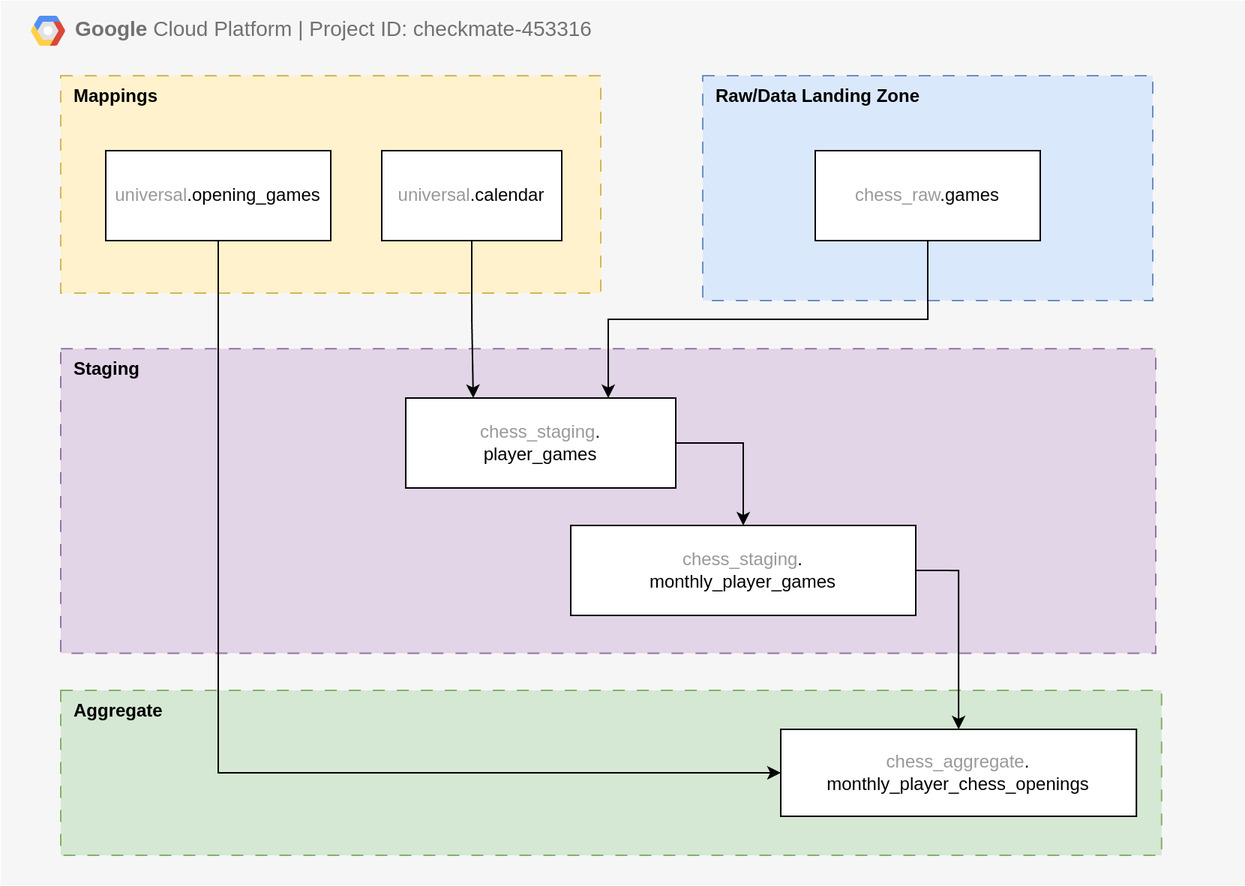
Filpill/chess_analysis keeps this draw.io diagram as diagrams/architecture/exports/sql_tables.png. Above is the earlier version. Source tidied: cells renumbered, new cells last; positions are measured from the earlier drawing's top-left corner, leaving out a move shared by most shapes.
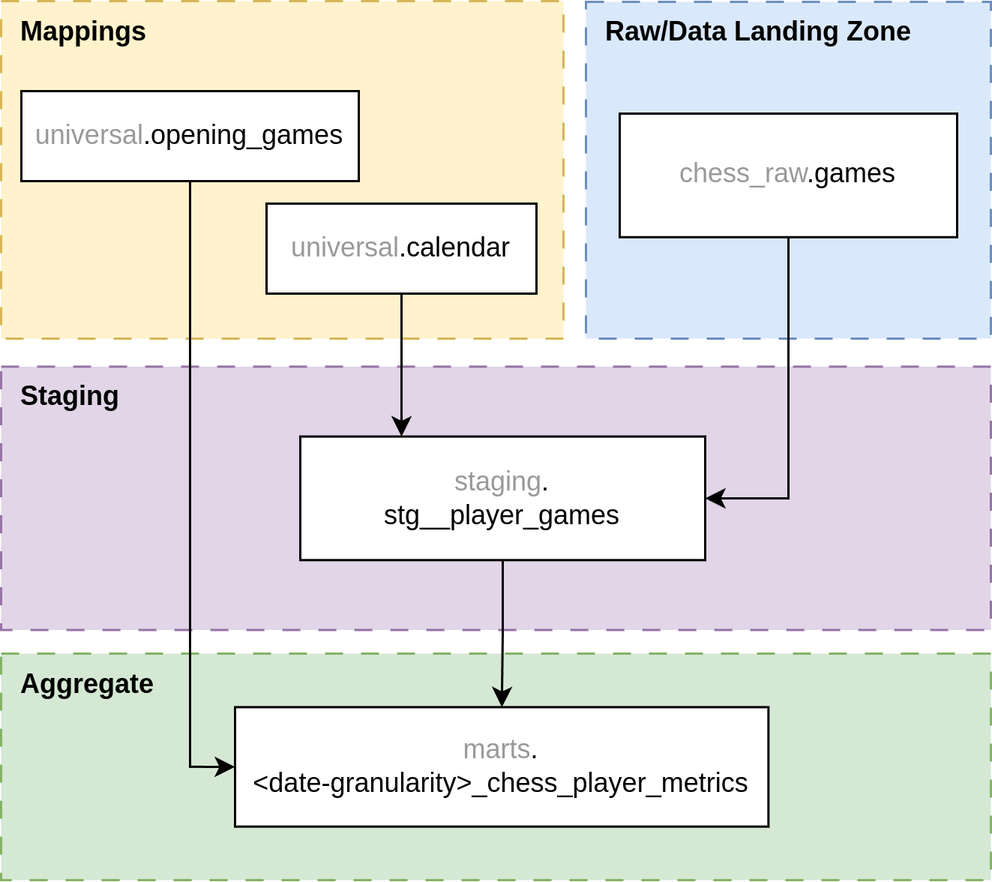
After the commit.

Diff of the diagram source:
```diff
@@ -2,58 +2,44 @@
   <root>
     <mxCell id="0" />
     <mxCell id="1" parent="0" />
-    <mxCell id="2" value="&lt;b&gt;Google &lt;/b&gt;Cloud Platform | Project ID: checkmate-453316" style="fillColor=#F6F6F6;strokeColor=none;shadow=0;gradientColor=none;fontSize=14;align=left;spacing=10;fontColor=#717171;9E9E9E;verticalAlign=top;spacingTop=-4;fontStyle=0;spacingLeft=40;html=1;whiteSpace=wrap;" parent="1" vertex="1">
-      <mxGeometry width="830" height="590" as="geometry" />
-    </mxCell>
-    <mxCell id="3" value="&lt;b&gt;Aggregate&lt;/b&gt;" style="rounded=0;whiteSpace=wrap;html=1;dashed=1;dashPattern=8 8;fillColor=#d5e8d4;align=left;verticalAlign=top;spacingLeft=7;strokeColor=#82b366;" parent="2" vertex="1">
-      <mxGeometry x="40" y="460" width="733.9" height="110" as="geometry" />
+    <mxCell id="3" value="&lt;b&gt;Aggregate&lt;/b&gt;" style="rounded=0;whiteSpace=wrap;html=1;dashed=1;dashPattern=8 8;fillColor=#d5e8d4;align=left;verticalAlign=top;spacingLeft=7;strokeColor=#82b366;" parent="1" vertex="1">
+      <mxGeometry x="50" y="350" width="440" height="100.7" as="geometry" />
     </mxCell>
-    <mxCell id="4" style="shape=mxgraph.gcp2.google_cloud_platform;fillColor=#F6F6F6;strokeColor=none;shadow=0;gradientColor=none;" parent="2" vertex="1">
-      <mxGeometry width="23" height="20" relative="1" as="geometry">
-        <mxPoint x="20" y="10" as="offset" />
-      </mxGeometry>
-    </mxCell>
-    <mxCell id="5" value="&lt;font style=&quot;color: rgb(153, 153, 153);&quot;&gt;chess_aggregate&lt;/font&gt;.&lt;div&gt;monthly_player_chess_openings&lt;/div&gt;" style="rounded=0;whiteSpace=wrap;html=1;" parent="2" vertex="1">
-      <mxGeometry x="520" y="486" width="237.1" height="58" as="geometry" />
-    </mxCell>
+    <mxCell id="19" value="&lt;font color=&quot;#999999&quot;&gt;marts&lt;/font&gt;.&lt;div&gt;&amp;lt;date-granularity&amp;gt;_chess_player_metrics&lt;/div&gt;" style="rounded=0;whiteSpace=wrap;html=1;" parent="1" vertex="1">
+      <mxGeometry x="154" y="373.8" width="237.1" height="53.1" as="geometry" />
+    </mxCell>
-    <mxCell id="6" value="&lt;b&gt;Staging&lt;/b&gt;" style="rounded=0;whiteSpace=wrap;html=1;dashed=1;dashPattern=8 8;fillColor=#e1d5e7;align=left;verticalAlign=top;spacingLeft=7;strokeColor=#9673a6;" parent="2" vertex="1">
-      <mxGeometry x="40" y="232.1" width="730" height="203.1" as="geometry" />
+    <mxCell id="6" value="&lt;b&gt;Staging&lt;/b&gt;" style="rounded=0;whiteSpace=wrap;html=1;dashed=1;dashPattern=8 8;fillColor=#e1d5e7;align=left;verticalAlign=top;spacingLeft=7;strokeColor=#9673a6;" parent="1" vertex="1">
+      <mxGeometry x="50" y="222.5" width="440" height="117" as="geometry" />
     </mxCell>
+    <mxCell id="20" style="edgeStyle=orthogonalEdgeStyle;rounded=0;jettySize=auto;html=1;exitX=0.5;exitY=1;exitDx=0;exitDy=0;" parent="1" edge="1" source="21" target="19">
+      <mxGeometry relative="1" as="geometry" />
+    </mxCell>
+    <mxCell id="21" value="&lt;font style=&quot;color: rgb(153, 153, 153);&quot;&gt;staging&lt;/font&gt;.&lt;div&gt;stg__player_games&lt;/div&gt;" style="rounded=0;whiteSpace=wrap;html=1;" parent="1" vertex="1">
+      <mxGeometry x="183" y="253.5" width="180" height="54.9" as="geometry" />
+    </mxCell>
+    <mxCell id="8" value="&lt;b&gt;Raw/Data Landing Zone&lt;/b&gt;" style="rounded=0;whiteSpace=wrap;html=1;dashed=1;dashPattern=8 8;fillColor=#dae8fc;align=left;verticalAlign=top;spacingLeft=7;strokeColor=#6c8ebf;" parent="1" vertex="1">
+      <mxGeometry x="310" y="60.3" width="180" height="149.7" as="geometry" />
+    </mxCell>
+    <mxCell id="14" value="&lt;font style=&quot;color: rgb(153, 153, 153);&quot;&gt;chess_raw&lt;/font&gt;.games" style="rounded=0;whiteSpace=wrap;html=1;" parent="1" vertex="1">
+      <mxGeometry x="325" y="110" width="150" height="54.9" as="geometry" />
+    </mxCell>
+    <mxCell id="22" style="edgeStyle=orthogonalEdgeStyle;rounded=0;jettySize=auto;html=1;exitX=0.5;exitY=1;exitDx=0;exitDy=0;entryX=1;entryY=0.5;entryDx=0;entryDy=0;" parent="1" edge="1" source="14" target="21">
+      <mxGeometry relative="1" as="geometry" />
+    </mxCell>
     <mxCell id="7" value="&lt;b&gt;Mappings&lt;/b&gt;" style="rounded=0;whiteSpace=wrap;html=1;dashed=1;dashPattern=8 8;fillColor=#fff2cc;align=left;verticalAlign=top;spacingLeft=7;strokeColor=#d6b656;" parent="1" vertex="1">
-      <mxGeometry x="40" y="50" width="360" height="145" as="geometry" />
+      <mxGeometry x="50" y="60" width="250" height="150" as="geometry" />
     </mxCell>
-    <mxCell id="8" value="&lt;b&gt;Raw/Data Landing Zone&lt;/b&gt;" style="rounded=0;whiteSpace=wrap;html=1;dashed=1;dashPattern=8 8;fillColor=#dae8fc;align=left;verticalAlign=top;spacingLeft=7;strokeColor=#6c8ebf;" parent="1" vertex="1">
-      <mxGeometry x="468" y="50" width="300" height="150" as="geometry" />
-    </mxCell>
-    <mxCell id="9" style="edgeStyle=orthogonalEdgeStyle;rounded=0;jettySize=auto;html=1;exitX=0.5;exitY=1;exitDx=0;exitDy=0;entryX=0.25;entryY=0;entryDx=0;entryDy=0;" parent="1" edge="1" source="10" target="16">
-      <mxGeometry relative="1" as="geometry" />
-    </mxCell>
+    <mxCell id="23" style="edgeStyle=orthogonalEdgeStyle;rounded=0;jettySize=auto;html=1;exitX=0.5;exitY=1;exitDx=0;exitDy=0;entryX=0.25;entryY=0;entryDx=0;entryDy=0;" parent="1" edge="1" source="10" target="21">
+      <mxGeometry relative="1" as="geometry" />
+    </mxCell>
     <mxCell id="10" value="&lt;font style=&quot;color: rgb(153, 153, 153);&quot;&gt;universal&lt;/font&gt;.calendar" style="rounded=0;whiteSpace=wrap;html=1;" parent="1" vertex="1">
-      <mxGeometry x="254" y="100" width="120" height="60" as="geometry" />
+      <mxGeometry x="168" y="150" width="120" height="40" as="geometry" />
     </mxCell>
-    <mxCell id="11" style="edgeStyle=orthogonalEdgeStyle;rounded=0;jettySize=auto;html=1;exitX=0.5;exitY=1;exitDx=0;exitDy=0;entryX=0;entryY=0.5;entryDx=0;entryDy=0;" parent="1" edge="1" source="12" target="5">
-      <mxGeometry relative="1" as="geometry" />
-    </mxCell>
+    <mxCell id="24" style="edgeStyle=orthogonalEdgeStyle;rounded=0;jettySize=auto;html=1;exitX=0.5;exitY=1;exitDx=0;exitDy=0;entryX=0;entryY=0.5;entryDx=0;entryDy=0;" parent="1" edge="1" source="12" target="19">
+      <mxGeometry relative="1" as="geometry" />
+    </mxCell>
     <mxCell id="12" value="&lt;font style=&quot;color: rgb(153, 153, 153);&quot;&gt;universal&lt;/font&gt;.opening_games" style="rounded=0;whiteSpace=wrap;html=1;" parent="1" vertex="1">
-      <mxGeometry x="70" y="100" width="150" height="60" as="geometry" />
+      <mxGeometry x="59" y="100" width="150" height="40" as="geometry" />
     </mxCell>
-    <mxCell id="13" style="edgeStyle=orthogonalEdgeStyle;rounded=0;jettySize=auto;html=1;exitX=0.5;exitY=1;exitDx=0;exitDy=0;entryX=0.75;entryY=0;entryDx=0;entryDy=0;" parent="1" edge="1" source="14" target="16">
-      <mxGeometry relative="1" as="geometry" />
-    </mxCell>
-    <mxCell id="14" value="&lt;font style=&quot;color: rgb(153, 153, 153);&quot;&gt;chess_raw&lt;/font&gt;.games" style="rounded=0;whiteSpace=wrap;html=1;" parent="1" vertex="1">
-      <mxGeometry x="543" y="100" width="150" height="60" as="geometry" />
-    </mxCell>
-    <mxCell id="15" style="edgeStyle=orthogonalEdgeStyle;rounded=0;jettySize=auto;html=1;exitX=1;exitY=0.5;exitDx=0;exitDy=0;" parent="1" edge="1" source="16" target="18">
-      <mxGeometry relative="1" as="geometry" />
-    </mxCell>
-    <mxCell id="16" value="&lt;font style=&quot;color: rgb(153, 153, 153);&quot;&gt;chess_staging&lt;/font&gt;.&lt;div&gt;player_games&lt;/div&gt;" style="rounded=0;whiteSpace=wrap;html=1;" parent="1" vertex="1">
-      <mxGeometry x="270" y="265" width="180" height="60" as="geometry" />
-    </mxCell>
-    <mxCell id="17" style="edgeStyle=orthogonalEdgeStyle;rounded=0;jettySize=auto;html=1;exitX=1;exitY=0.5;exitDx=0;exitDy=0;entryX=0.5;entryY=0;entryDx=0;entryDy=0;" parent="1" edge="1" source="18" target="5">
-      <mxGeometry relative="1" as="geometry" />
-    </mxCell>
-    <mxCell id="18" value="&lt;font style=&quot;color: rgb(153, 153, 153);&quot;&gt;chess_staging&lt;/font&gt;.&lt;div&gt;monthly_player_games&lt;/div&gt;" style="rounded=0;whiteSpace=wrap;html=1;" parent="1" vertex="1">
-      <mxGeometry x="380" y="350" width="230" height="60" as="geometry" />
-    </mxCell>
   </root>
 </mxGraphModel>
```
